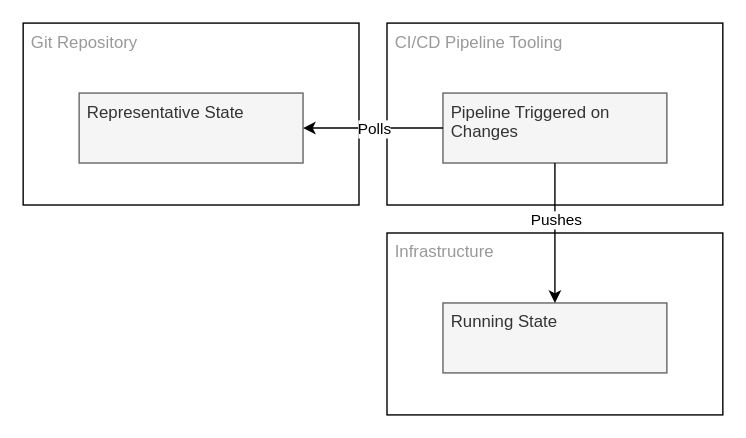
Before: docs/gitops-push.drawio.svg, a diagram exported from draw.io (danielloader/kubernetes-sdlc). Source tidied: cells renumbered, new cells last; positions are measured from the earlier drawing's top-left corner, leaving out a move shared by most shapes. Source of this version:
```xml
<mxGraphModel background="#FFFFFF">
  <root>
    <mxCell id="0" />
    <mxCell id="1" parent="0" />
    <mxCell id="2" value="Infrastructure" style="rounded=0;whiteSpace=wrap;html=1;verticalAlign=top;align=left;spacingLeft=4;fontColor=#999999;" parent="1" vertex="1">
      <mxGeometry x="260" y="150" width="240" height="130" as="geometry" />
    </mxCell>
    <mxCell id="3" value="Git Repository" style="rounded=0;whiteSpace=wrap;html=1;horizontal=1;verticalAlign=top;align=left;spacingLeft=4;fontColor=#999999;" parent="1" vertex="1">
      <mxGeometry width="240" height="130" as="geometry" />
    </mxCell>
    <mxCell id="4" value="Representative State" style="rounded=0;whiteSpace=wrap;html=1;verticalAlign=top;align=left;spacingLeft=4;fillColor=#f5f5f5;strokeColor=#666666;fontColor=#333333;" parent="1" vertex="1">
      <mxGeometry x="40" y="50" width="160" height="50" as="geometry" />
    </mxCell>
    <mxCell id="5" value="Running State" style="rounded=0;whiteSpace=wrap;html=1;verticalAlign=top;align=left;spacingLeft=4;fillColor=#f5f5f5;fontColor=#333333;strokeColor=#666666;" parent="1" vertex="1">
      <mxGeometry x="300" y="200" width="160" height="50" as="geometry" />
    </mxCell>
    <mxCell id="6" value="CI/CD Pipeline Tooling" style="rounded=0;whiteSpace=wrap;html=1;horizontal=1;verticalAlign=top;align=left;spacingLeft=4;fontColor=#999999;" parent="1" vertex="1">
      <mxGeometry x="260" width="240" height="130" as="geometry" />
    </mxCell>
    <mxCell id="7" value="Pipeline Triggered on Changes" style="rounded=0;whiteSpace=wrap;html=1;verticalAlign=top;align=left;spacingLeft=4;fillColor=#f5f5f5;strokeColor=#666666;fontColor=#333333;" parent="1" vertex="1">
      <mxGeometry x="300" y="50" width="160" height="50" as="geometry" />
    </mxCell>
    <mxCell id="8" style="edgeStyle=none;html=1;entryX=0.5;entryY=1;entryDx=0;entryDy=0;startArrow=classic;startFill=1;endArrow=none;endFill=0;" parent="1" edge="1" source="5" target="7">
      <mxGeometry relative="1" as="geometry" />
    </mxCell>
    <mxCell id="9" value="Pushes" style="edgeLabel;html=1;align=center;verticalAlign=middle;" parent="8" vertex="1">
      <mxGeometry x="0.68" y="1" relative="1" as="geometry">
        <mxPoint x="1" y="24" as="offset" />
      </mxGeometry>
    </mxCell>
    <mxCell id="10" style="edgeStyle=none;html=1;startArrow=none;startFill=0;endArrow=classic;endFill=1;" parent="1" edge="1" source="7" target="4">
      <mxGeometry relative="1" as="geometry" />
    </mxCell>
    <mxCell id="11" value="Polls" style="edgeLabel;html=1;align=center;verticalAlign=middle;" parent="10" vertex="1">
      <mxGeometry x="0.48" relative="1" as="geometry">
        <mxPoint x="24" as="offset" />
      </mxGeometry>
    </mxCell>
  </root>
</mxGraphModel>
```
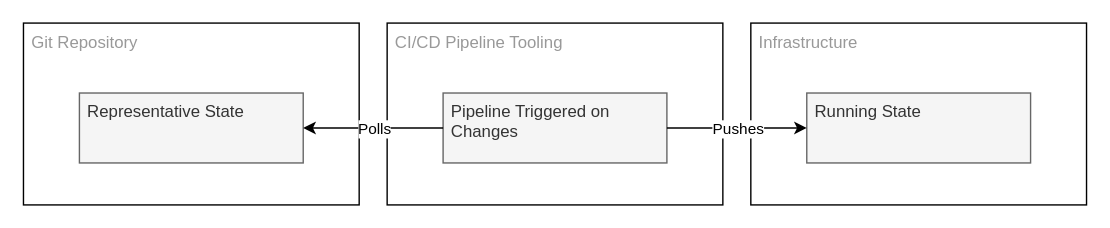
The same file after the commit.

The edit, as a diff of the source:
```diff
@@ -3,7 +3,7 @@
     <mxCell id="0" />
     <mxCell id="1" parent="0" />
     <mxCell id="2" value="Infrastructure" style="rounded=0;whiteSpace=wrap;html=1;verticalAlign=top;align=left;spacingLeft=4;fontColor=#999999;" parent="1" vertex="1">
-      <mxGeometry x="260" y="150" width="240" height="130" as="geometry" />
+      <mxGeometry x="520" width="240" height="130" as="geometry" />
     </mxCell>
     <mxCell id="3" value="Git Repository" style="rounded=0;whiteSpace=wrap;html=1;horizontal=1;verticalAlign=top;align=left;spacingLeft=4;fontColor=#999999;" parent="1" vertex="1">
       <mxGeometry width="240" height="130" as="geometry" />
@@ -12,7 +12,7 @@
       <mxGeometry x="40" y="50" width="160" height="50" as="geometry" />
     </mxCell>
     <mxCell id="5" value="Running State" style="rounded=0;whiteSpace=wrap;html=1;verticalAlign=top;align=left;spacingLeft=4;fillColor=#f5f5f5;fontColor=#333333;strokeColor=#666666;" parent="1" vertex="1">
-      <mxGeometry x="300" y="200" width="160" height="50" as="geometry" />
+      <mxGeometry x="560" y="50" width="160" height="50" as="geometry" />
     </mxCell>
     <mxCell id="6" value="CI/CD Pipeline Tooling" style="rounded=0;whiteSpace=wrap;html=1;horizontal=1;verticalAlign=top;align=left;spacingLeft=4;fontColor=#999999;" parent="1" vertex="1">
       <mxGeometry x="260" width="240" height="130" as="geometry" />
@@ -20,12 +20,12 @@
     <mxCell id="7" value="Pipeline Triggered on Changes" style="rounded=0;whiteSpace=wrap;html=1;verticalAlign=top;align=left;spacingLeft=4;fillColor=#f5f5f5;strokeColor=#666666;fontColor=#333333;" parent="1" vertex="1">
       <mxGeometry x="300" y="50" width="160" height="50" as="geometry" />
     </mxCell>
-    <mxCell id="8" style="edgeStyle=none;html=1;entryX=0.5;entryY=1;entryDx=0;entryDy=0;startArrow=classic;startFill=1;endArrow=none;endFill=0;" parent="1" edge="1" source="5" target="7">
+    <mxCell id="8" style="edgeStyle=none;html=1;entryX=1;entryY=0.5;entryDx=0;entryDy=0;startArrow=classic;startFill=1;endArrow=none;endFill=0;" parent="1" edge="1" source="5" target="7">
       <mxGeometry relative="1" as="geometry" />
     </mxCell>
     <mxCell id="9" value="Pushes" style="edgeLabel;html=1;align=center;verticalAlign=middle;" parent="8" vertex="1">
       <mxGeometry x="0.68" y="1" relative="1" as="geometry">
-        <mxPoint x="1" y="24" as="offset" />
+        <mxPoint x="34" y="-1" as="offset" />
       </mxGeometry>
     </mxCell>
     <mxCell id="10" style="edgeStyle=none;html=1;startArrow=none;startFill=0;endArrow=classic;endFill=1;" parent="1" edge="1" source="7" target="4">
```
